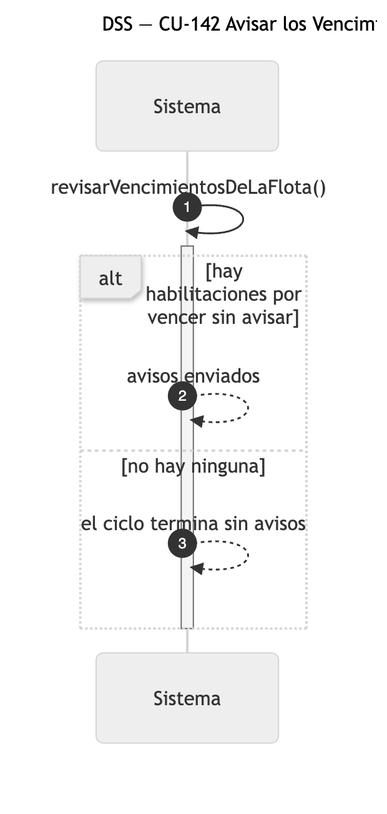
Above: diagramas/png/DSS_CU-142_Avisar-los-Vencimientos-Proximos-de-la-Flota.png in Nahuelito-Dev/splg-docs (Mermaid), before the change. Its source is kept beside it as diagramas/DSS_CU-142_Avisar-los-Vencimientos-Proximos-de-la-Flota.mmd.
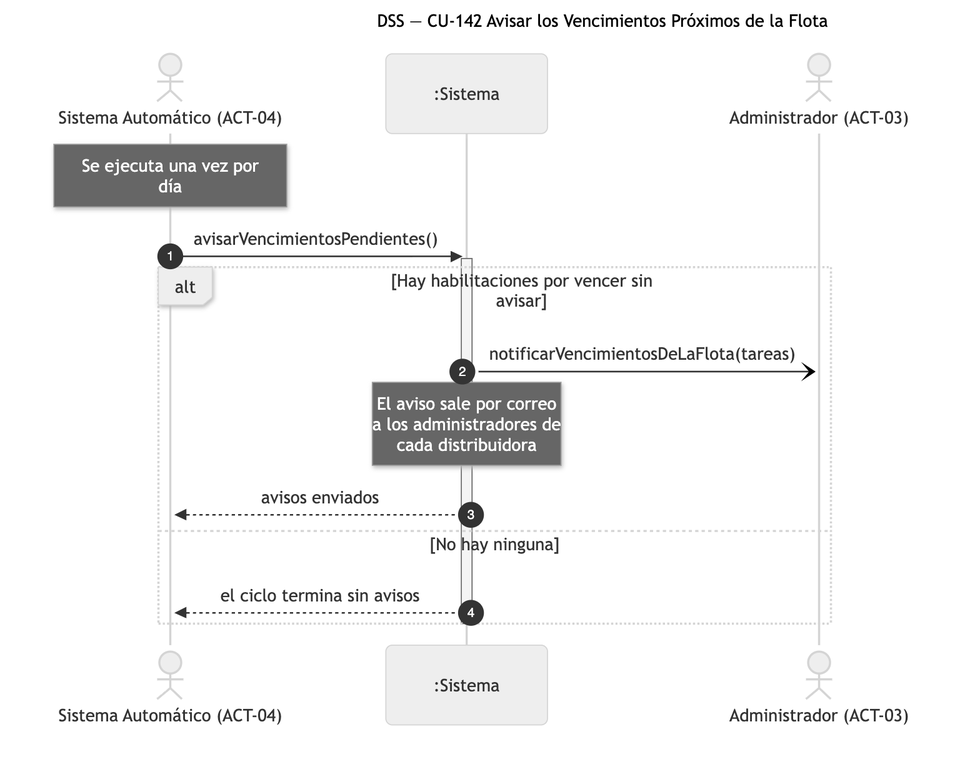
The same diagram one commit later.

The edit, as a diff of the source:
```diff
@@ -1,14 +1,18 @@
 sequenceDiagram
-    title DSS — CU-142 Avisar los Vencimientos Proximos de la Flota
+    title DSS — CU-142 Avisar los Vencimientos Próximos de la Flota
     autonumber
-    actor SIS as Sistema Automático
-    participant SIS as Sistema
+    actor SAU as Sistema Automático (ACT-04)
+    participant SIS as :Sistema
+    actor ADM as Administrador (ACT-03)
 
-    SIS->>SIS: revisarVencimientosDeLaFlota()
+    Note over SAU: Se ejecuta una vez por<br/>día
+    SAU->>SIS: avisarVencimientosPendientes()
     activate SIS
-    alt hay habilitaciones por vencer sin avisar
-        SIS-->>SIS: avisos enviados
-    else no hay ninguna
-        SIS-->>SIS: el ciclo termina sin avisos
+    alt Hay habilitaciones por vencer sin avisar
+        SIS-)ADM: notificarVencimientosDeLaFlota(tareas)
+        Note over SIS: El aviso sale por correo<br/>a los administradores de<br/>cada distribuidora
+        SIS-->>SAU: avisos enviados
+    else No hay ninguna
+        SIS-->>SAU: el ciclo termina sin avisos
     end
     deactivate SIS
```
